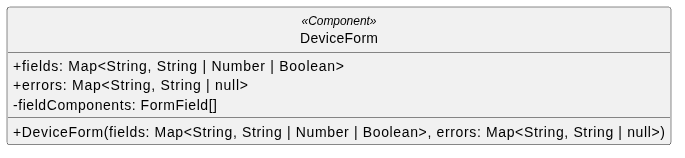
This is src/PB/DocumentazioneEsterna/Specifica_Tecnica/content/05-diagrammi-classi/uml/png/frontend/componenti/DeviceForm.png from GroupRubberDuck/Documentazione, a PlantUML export, as it was before one commit. Its source is kept beside it as src/PB/DocumentazioneEsterna/Specifica_Tecnica/content/05-diagrammi-classi/uml/puml/Frontend/componenti_base/DeviceForm.puml. The source it was exported from:
```plantuml
@startuml
skinparam linetype ortho
skinparam nodesep 80
skinparam ranksep 100
skinparam classAttributeIconSize 0
skinparam packageStyle rectangle
skinparam style strictuml

class DeviceForm <<Component>> {
  + fields: Map<String, String | Number | Boolean>
  + errors: Map<String, String | null>
  - fieldComponents: FormField[]

  + DeviceForm(fields: Map<String, String | Number | Boolean>, errors: Map<String, String | null>)
}
@enduml
```
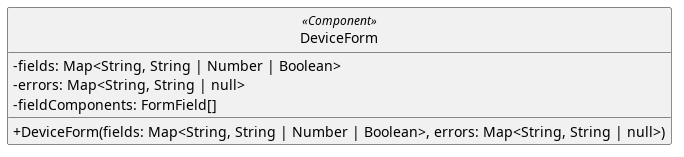
The same file after the commit.

The edit, as a diff of the source:
```diff
@@ -7,8 +7,8 @@
 skinparam style strictuml
 
 class DeviceForm <<Component>> {
-  + fields: Map<String, String | Number | Boolean>
-  + errors: Map<String, String | null>
+  - fields: Map<String, String | Number | Boolean>
+  - errors: Map<String, String | null>
   - fieldComponents: FormField[]
 
   + DeviceForm(fields: Map<String, String | Number | Boolean>, errors: Map<String, String | null>)
```
